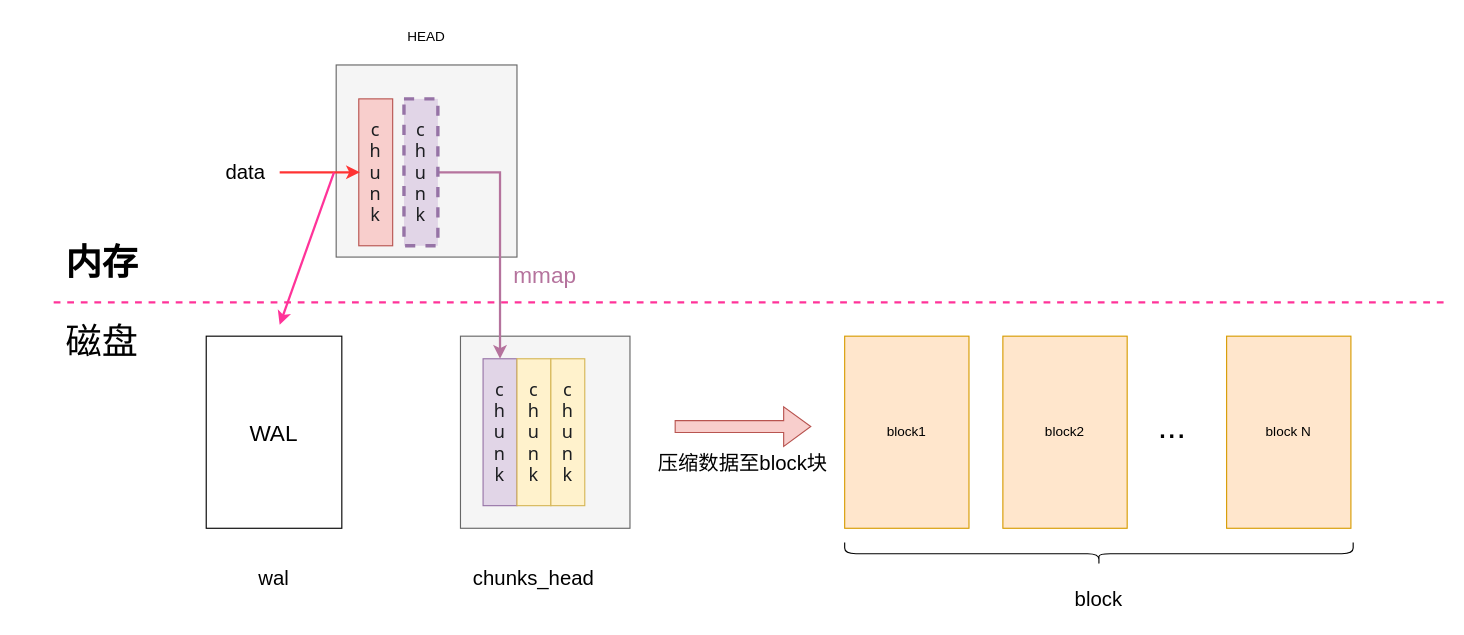
tylitianrui/readcode keeps this draw.io diagram as prometheus/src/tsdb_storage_core.drawio. Above is the earlier version. Source tidied: cells renumbered, new cells numbered last; positions are measured from the earlier drawing's top-left corner, leaving out a move shared by most shapes. Both pictures are drawn from the tidied source at 113%, with x=0, y=0 at pixel (19, 19).
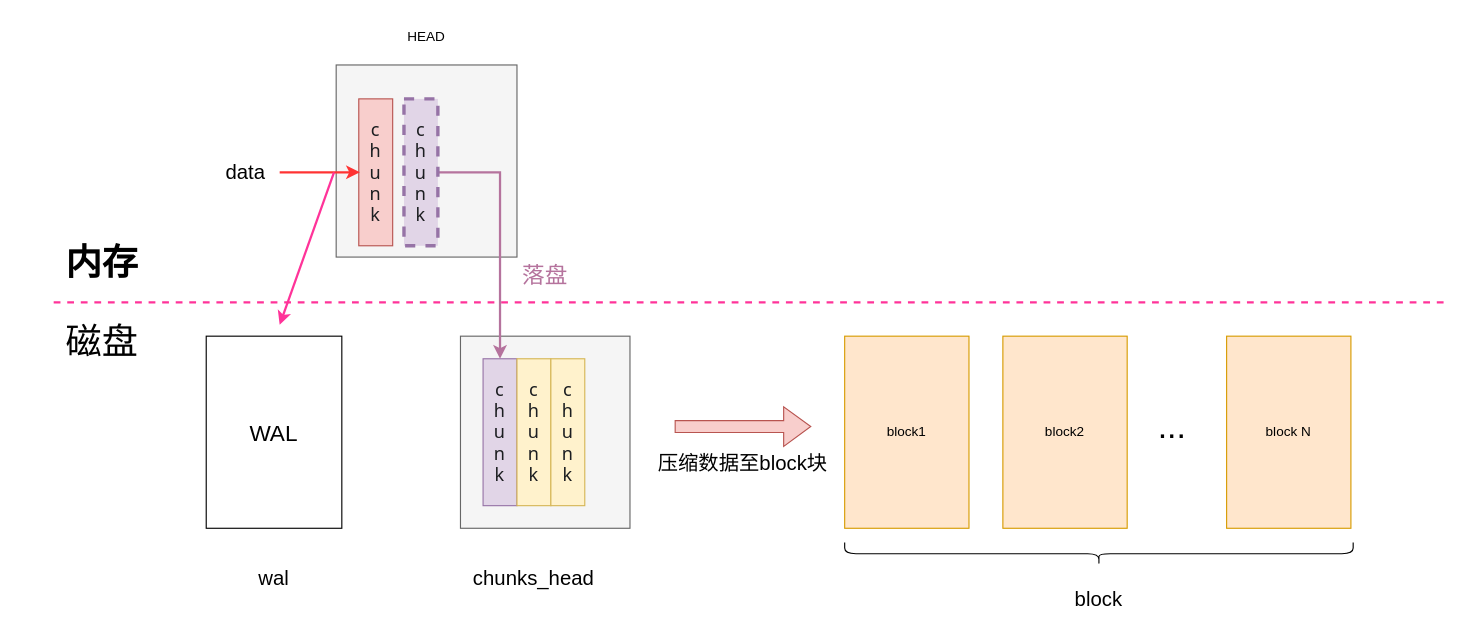
Above is the later version.

Change to the diagram source:
```diff
@@
-    <mxCell id="25" value="&lt;font color=&quot;#b5739d&quot; style=&quot;font-size: 20px;&quot;&gt;mmap&lt;/font&gt;" style="text;html=1;align=center;verticalAlign=middle;whiteSpace=wrap;rounded=0;" parent="1" vertex="1">
+    <mxCell id="25" value="&lt;font color=&quot;#b5739d&quot;&gt;&lt;span style=&quot;font-size: 20px;&quot;&gt;落盘&lt;/span&gt;&lt;/font&gt;" style="text;html=1;align=center;verticalAlign=middle;whiteSpace=wrap;rounded=0;" parent="1" vertex="1">
       <mxGeometry x="435" y="210" width="60" height="30" as="geometry" />
     </mxCell>
```
